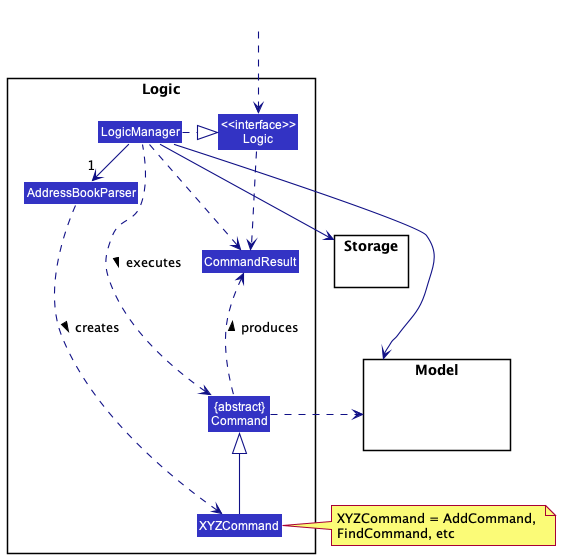
Above: docs/images/LogicClassDiagram.png in nus-cs2103-AY2223S2/tp (PlantUML), before the change.
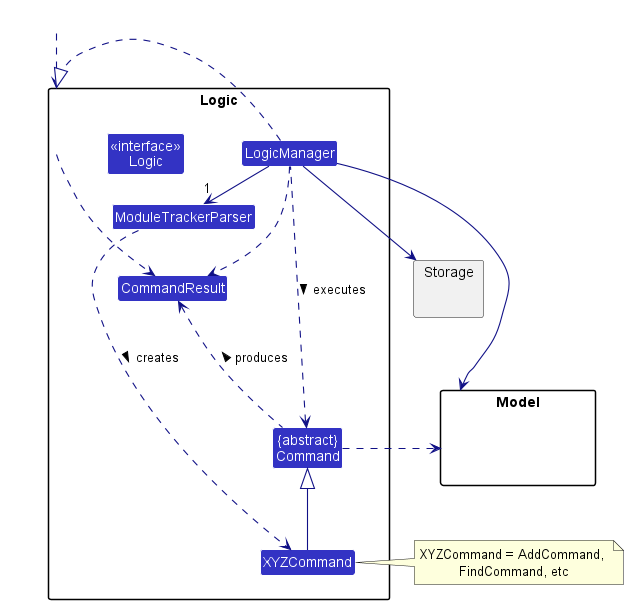
The same file after the commit.

The edit, as a diff of the source:
```diff
@@ -6,7 +6,7 @@
 
 package Logic {
 
-Class AddressBookParser
+Class ModuleTrackerParser
 Class XYZCommand
 Class CommandResult
 Class "{abstract}\nCommand" as Command
@@ -27,8 +27,8 @@
 HiddenOutside ..> Logic
 
 LogicManager .right.|> Logic
-LogicManager -right->"1" AddressBookParser
-AddressBookParser ..> XYZCommand : creates >
+LogicManager -right->"1" ModuleTrackerParser
+ModuleTrackerParser ..> XYZCommand : creates >
 
 XYZCommand -up-|> Command
 LogicManager .left.> Command : executes >
```
